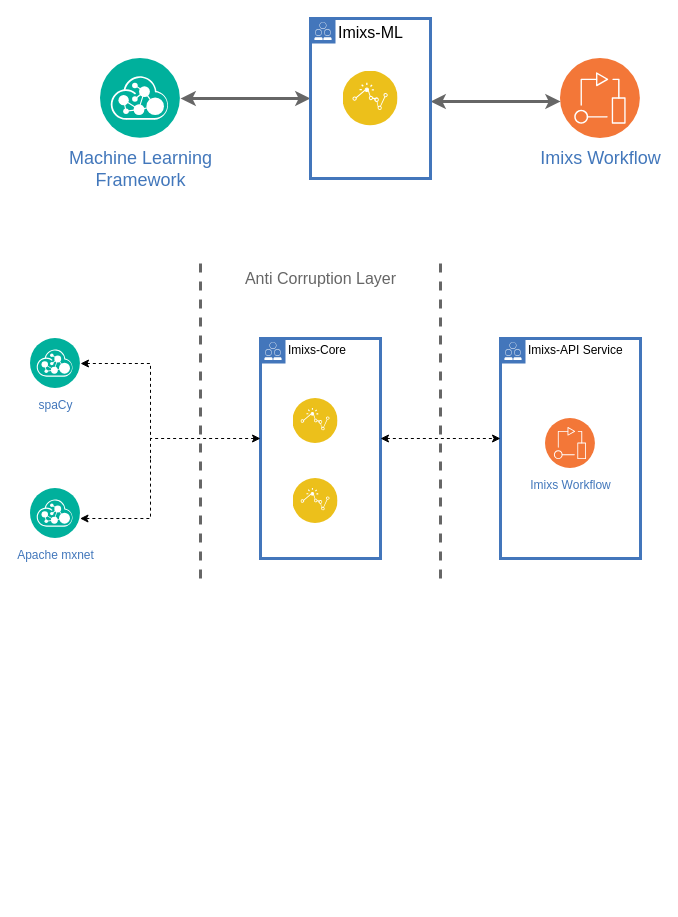
The draw.io diagram images/imixs-ml-architecture.drawio in imixs/imixs-ml, before the edit. Source tidied: cells renumbered, new cells numbered last; positions are measured from the earlier drawing's top-left corner, leaving out a move shared by most shapes. Both pictures are drawn from the tidied source at 100%, with x=0, y=0 at pixel (30, 18).
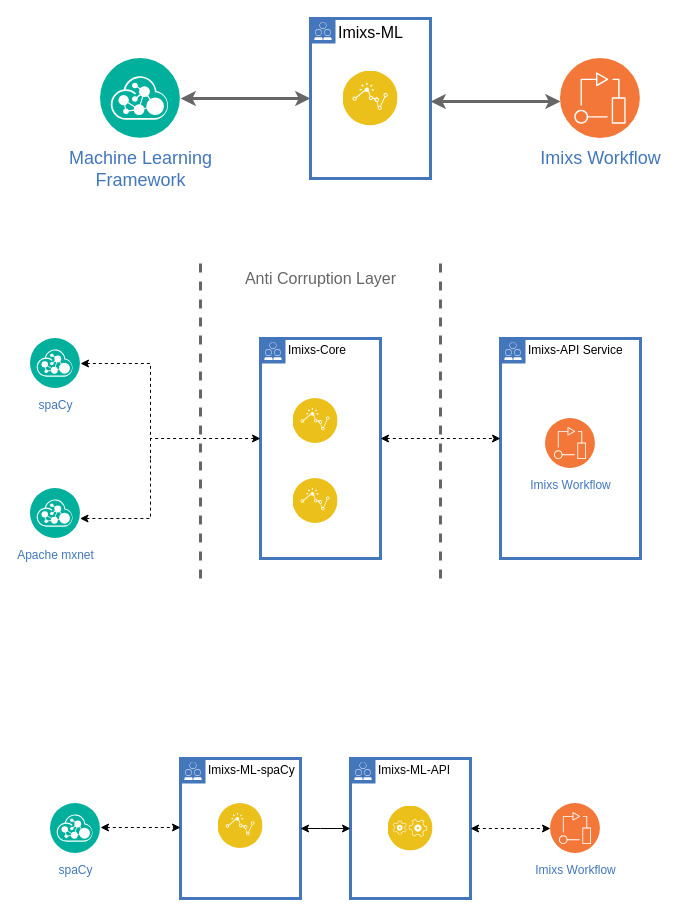
After the change.

Change to the diagram source:
```diff
@@
+    <mxCell id="22" value="spaCy" style="perimeter=ellipsePerimeter;html=1;align=center;shadow=0;dashed=0;fontColor=#4277BB;labelBackgroundColor=#ffffff;fontSize=12;spacingTop=3;image;image=img/lib/ibm/management/api_management.svg;strokeColor=#734198;" parent="1" vertex="1">
+      <mxGeometry x="20" y="785" width="50" height="50" as="geometry" />
+    </mxCell>
+    <mxCell id="23" value="Imixs-ML-spaCy" style="shape=mxgraph.ibm.box;prType=public;fontStyle=0;verticalAlign=top;align=left;spacingLeft=32;spacingTop=4;fillColor=none;rounded=0;whiteSpace=wrap;html=1;strokeColor=#4376BB;strokeWidth=3;dashed=0;spacing=-4;fontSize=12;" parent="1" vertex="1">
+      <mxGeometry x="150" y="740" width="120" height="140" as="geometry" />
+    </mxCell>
+    <mxCell id="24" style="perimeter=ellipsePerimeter;html=1;align=center;shadow=0;dashed=0;fontColor=#4277BB;labelBackgroundColor=#ffffff;fontSize=12;spacingTop=3;image;image=img/lib/ibm/applications/actionable_insight.svg;strokeColor=#734198;" parent="23" vertex="1">
+      <mxGeometry x="37.5" y="45" width="45" height="45" as="geometry" />
+    </mxCell>
+    <mxCell id="25" value="Imixs Workflow" style="perimeter=ellipsePerimeter;html=1;align=center;shadow=0;dashed=0;fontColor=#4277BB;labelBackgroundColor=#ffffff;fontSize=12;spacingTop=3;image;image=img/lib/ibm/devops/devops.svg;strokeColor=#734198;" parent="1" vertex="1">
+      <mxGeometry x="520" y="785" width="50" height="50" as="geometry" />
+    </mxCell>
+    <mxCell id="26" value="Imixs-ML-API " style="shape=mxgraph.ibm.box;prType=public;fontStyle=0;verticalAlign=top;align=left;spacingLeft=32;spacingTop=4;fillColor=none;rounded=0;whiteSpace=wrap;html=1;strokeColor=#4376BB;strokeWidth=3;dashed=0;spacing=-4;fontSize=12;" parent="1" vertex="1">
+      <mxGeometry x="320" y="740" width="120" height="140" as="geometry" />
+    </mxCell>
+    <mxCell id="27" style="perimeter=ellipsePerimeter;html=1;align=center;shadow=0;dashed=0;fontColor=#4277BB;labelBackgroundColor=#ffffff;fontSize=12;spacingTop=3;image;image=img/lib/ibm/applications/application_logic.svg;strokeColor=#734198;" parent="26" vertex="1">
+      <mxGeometry x="37.5" y="47.5" width="45" height="45" as="geometry" />
+    </mxCell>
+    <mxCell id="28" style="edgeStyle=elbowEdgeStyle;rounded=0;elbow=vertical;html=1;labelBackgroundColor=#ffffff;startArrow=classic;startFill=1;endArrow=classic;endFill=1;jettySize=auto;strokeWidth=1;fontSize=14;dashed=1;" parent="1" edge="1" source="22" target="23">
+      <mxGeometry relative="1" as="geometry">
+        <Array as="points">
+          <mxPoint x="110" y="809" />
+          <mxPoint x="80" y="829" />
+          <mxPoint x="86" y="792" />
+        </Array>
+      </mxGeometry>
+    </mxCell>
+    <mxCell id="29" style="edgeStyle=elbowEdgeStyle;rounded=0;elbow=vertical;html=1;labelBackgroundColor=#ffffff;startArrow=classic;startFill=1;endArrow=classic;endFill=1;jettySize=auto;strokeWidth=1;fontSize=14;dashed=1;" parent="1" edge="1" source="26" target="25">
+      <mxGeometry relative="1" as="geometry">
+        <Array as="points">
+          <mxPoint x="490" y="810" />
+          <mxPoint x="480" y="870" />
+          <mxPoint x="450" y="890" />
+          <mxPoint x="456" y="853" />
+        </Array>
+      </mxGeometry>
+    </mxCell>
+    <mxCell id="30" style="edgeStyle=elbowEdgeStyle;rounded=0;elbow=vertical;html=1;labelBackgroundColor=#ffffff;startArrow=classic;startFill=1;endArrow=classic;endFill=1;jettySize=auto;strokeWidth=1;fontSize=14;" parent="1" edge="1" source="23" target="26">
+      <mxGeometry relative="1" as="geometry">
+        <Array as="points">
+          <mxPoint x="290" y="810" />
+          <mxPoint x="300" y="820" />
+          <mxPoint x="490" y="880" />
+          <mxPoint x="460" y="900" />
+          <mxPoint x="466" y="863" />
+        </Array>
+      </mxGeometry>
+    </mxCell>
```
